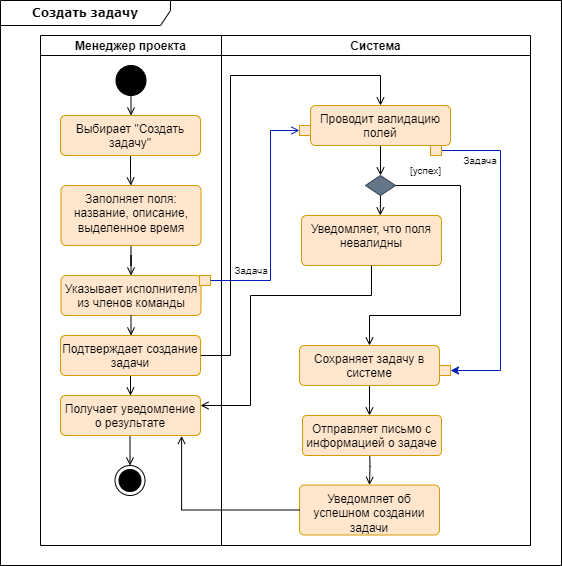
This is docs/activity_diagrams/create_task.png from aVorotnikov/thunder_board, a draw.io export, as it was before one commit. Source tidied: cells renumbered, new cells last; positions are measured from the earlier drawing's top-left corner, leaving out a move shared by most shapes.
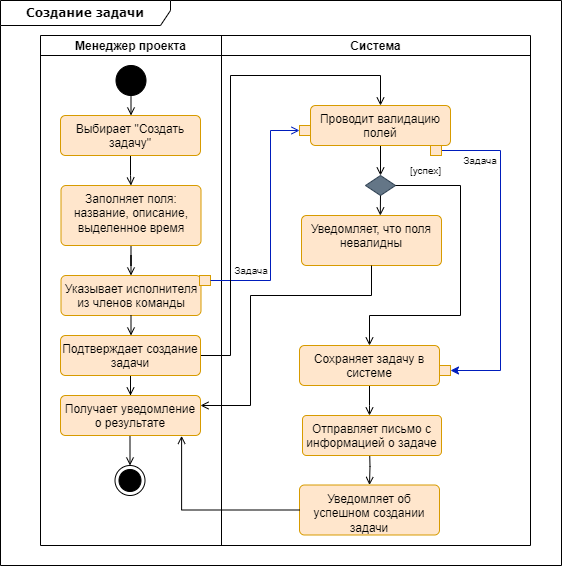
Later version of the same file.

The edit, as a diff of the source:
```diff
@@ -50,7 +50,7 @@
     <mxCell id="15" value="Система" style="swimlane;swimlaneHead=0;swimlaneBody=0;fontStyle=1;strokeColor=inherit;fillColor=none;startSize=20;" parent="3" vertex="1">
       <mxGeometry x="181" width="309" height="510" as="geometry" />
     </mxCell>
-    <mxCell id="16" value="&lt;b&gt;Создать задачу&lt;/b&gt;" style="shape=umlFrame;whiteSpace=wrap;html=1;rounded=1;shadow=0;comic=0;labelBackgroundColor=none;strokeWidth=1;fontFamily=Verdana;fontSize=12;align=center;width=170;height=25;" parent="15" vertex="1">
+    <mxCell id="16" value="&lt;b&gt;Создание задачи&lt;/b&gt;" style="shape=umlFrame;whiteSpace=wrap;html=1;rounded=1;shadow=0;comic=0;labelBackgroundColor=none;strokeWidth=1;fontFamily=Verdana;fontSize=12;align=center;width=170;height=25;" parent="15" vertex="1">
       <mxGeometry x="-221" y="-35" width="561" height="565" as="geometry" />
     </mxCell>
     <mxCell id="17" style="edgeStyle=orthogonalEdgeStyle;rounded=0;jettySize=auto;html=1;exitX=0.5;exitY=1;exitDx=0;exitDy=0;endArrow=open;endFill=0;" parent="15" edge="1" source="18" target="19">
```
